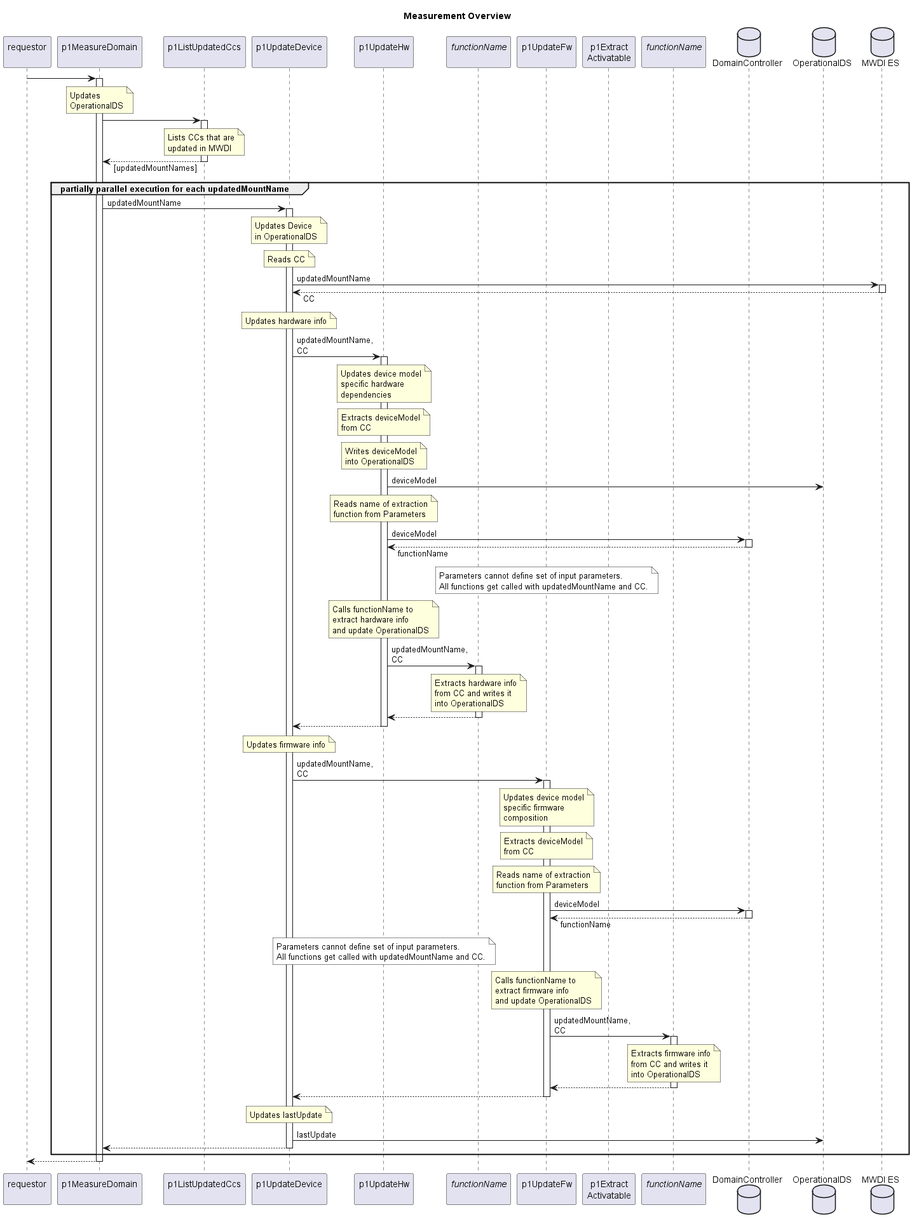
openBackhaul/FirmWareManager keeps this PlantUML diagram as spec/additionalDocumentation/Measurement/measurement_overview.png. Above is the earlier version.
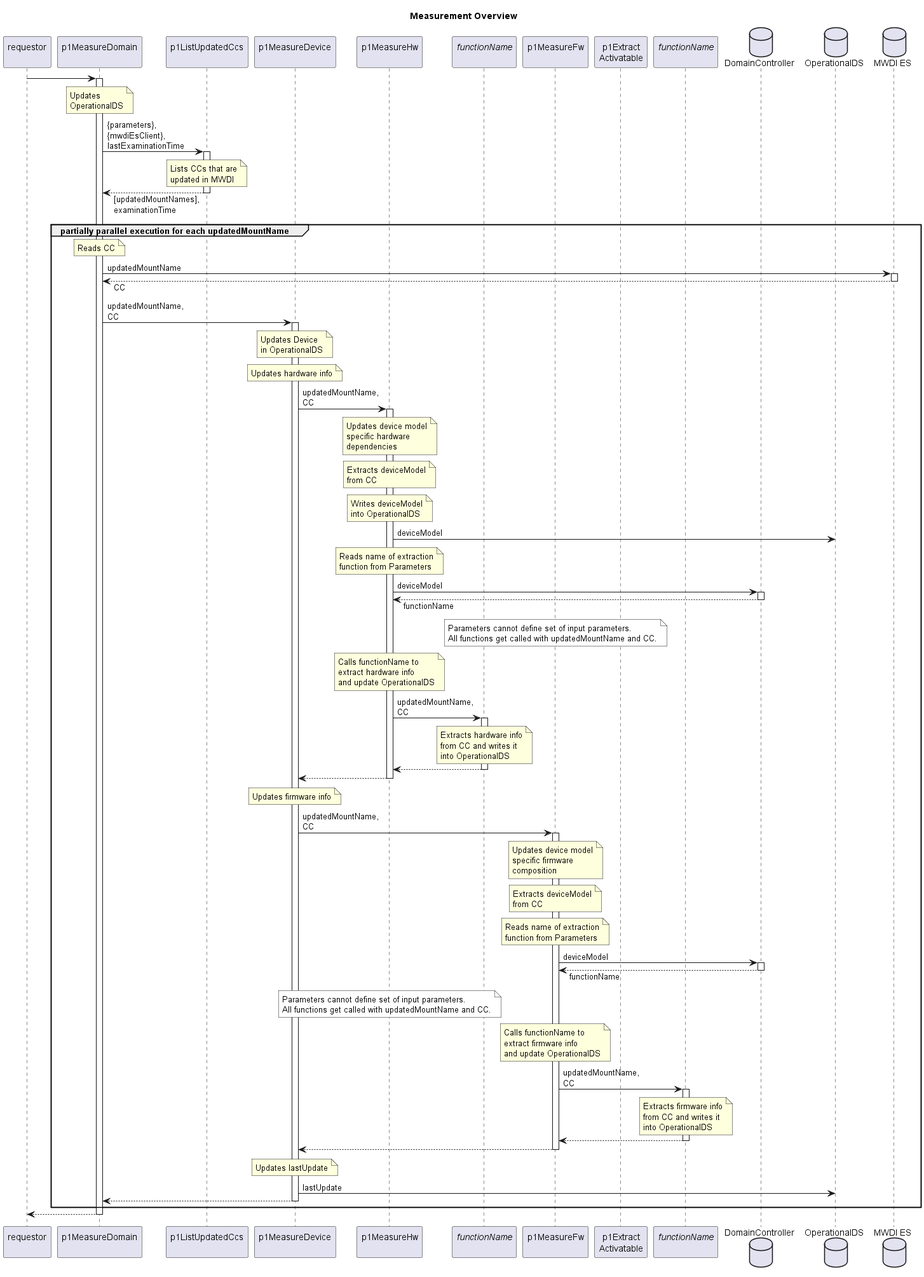
The same file after the commit.

Change to the diagram source:
```diff
@@ -8,10 +8,10 @@
 participant "requestor\n" as requestor
 participant "p1MeasureDomain\n" as indServ
 participant "p1ListUpdatedCcs\n" as listCcs
-participant "p1UpdateDevice\n" as updateCc
-participant "p1UpdateHw\n" as updateHw
+participant "p1MeasureDevice\n" as updateCc
+participant "p1MeasureHw\n" as updateHw
 participant "<i>functionName</i>\n" as extractHw
-participant "p1UpdateFw\n" as updateFw
+participant "p1MeasureFw\n" as updateFw
 participant "p1Extract\nActivatable" as extractAct
 participant "<i>functionName</i>\n" as extractFw
 
@@ -26,30 +26,30 @@
     OperationalDS
   end note
 
-  indServ -> listCcs
+  indServ -> listCcs: {parameters},\n{mwdiEsClient},\nlastExaminationTime
   activate listCcs
     note over listCcs
       Lists CCs that are
       updated in MWDI
     end note
-  indServ <-- listCcs: [updatedMountNames]
+  indServ <-- listCcs: [updatedMountNames],\nexaminationTime
   deactivate listCcs
 
   group partially parallel execution for each updatedMountName
-    indServ -> updateCc: updatedMountName
+    note over indServ
+      Reads CC
+    end note
+    indServ -> Mwdi: updatedMountName
+    activate Mwdi
+    indServ <-- Mwdi: CC
+    deactivate Mwdi
+
+    indServ -> updateCc: updatedMountName,\nCC
     activate updateCc
       note over updateCc
         Updates Device
         in OperationalDS
       end note
-
-      note over updateCc
-        Reads CC
-      end note
-      updateCc -> Mwdi: updatedMountName
-      activate Mwdi
-      updateCc <-- Mwdi: CC
-      deactivate Mwdi
 
       note over updateCc
         Updates hardware info
```
